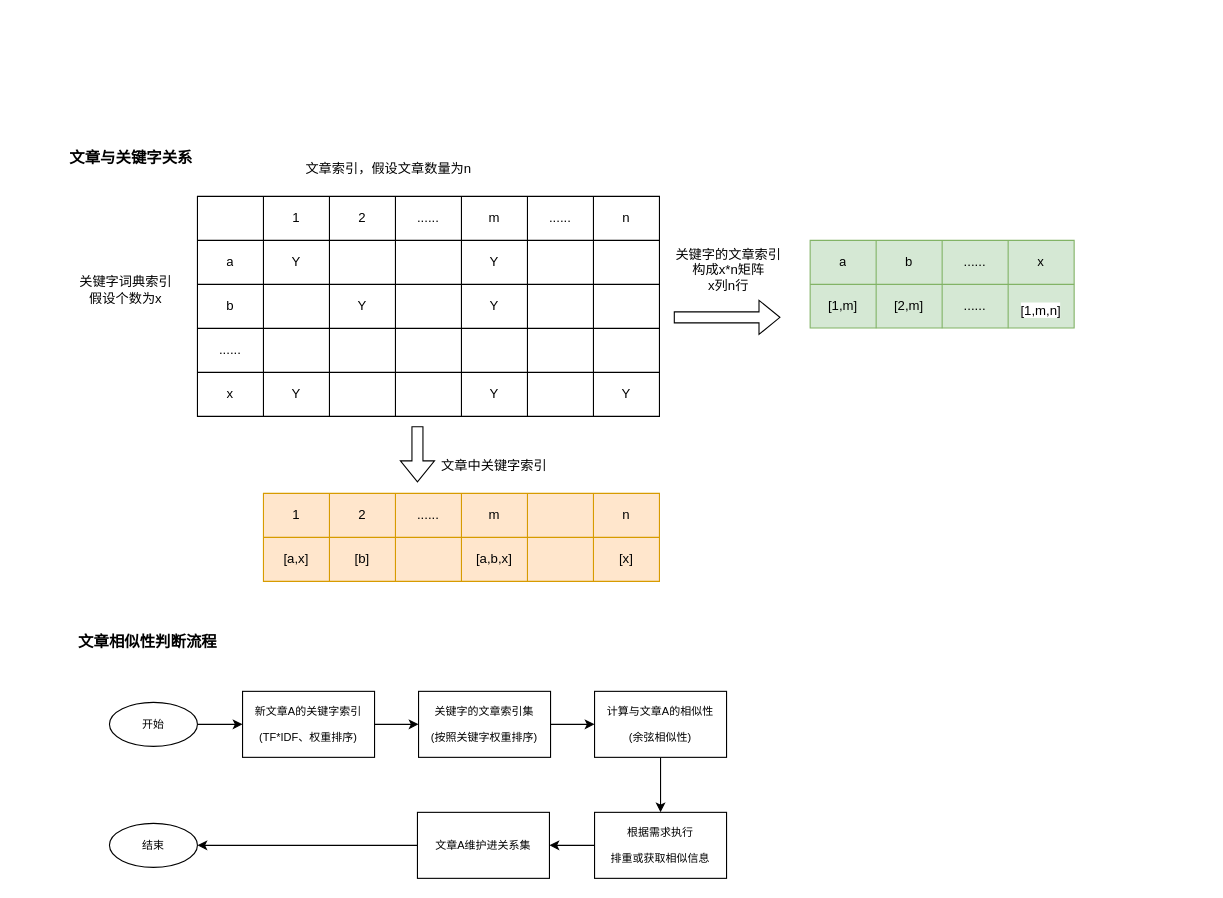
The draw.io diagram Untitled Diagram.drawio in chlInGithub/diagrams, before the edit. Source tidied: cells renumbered, new cells numbered last; positions are measured from the earlier drawing's top-left corner, leaving out a move shared by most shapes. Both pictures are drawn from the tidied source at 110%, with x=0, y=0 at pixel (65, 141).
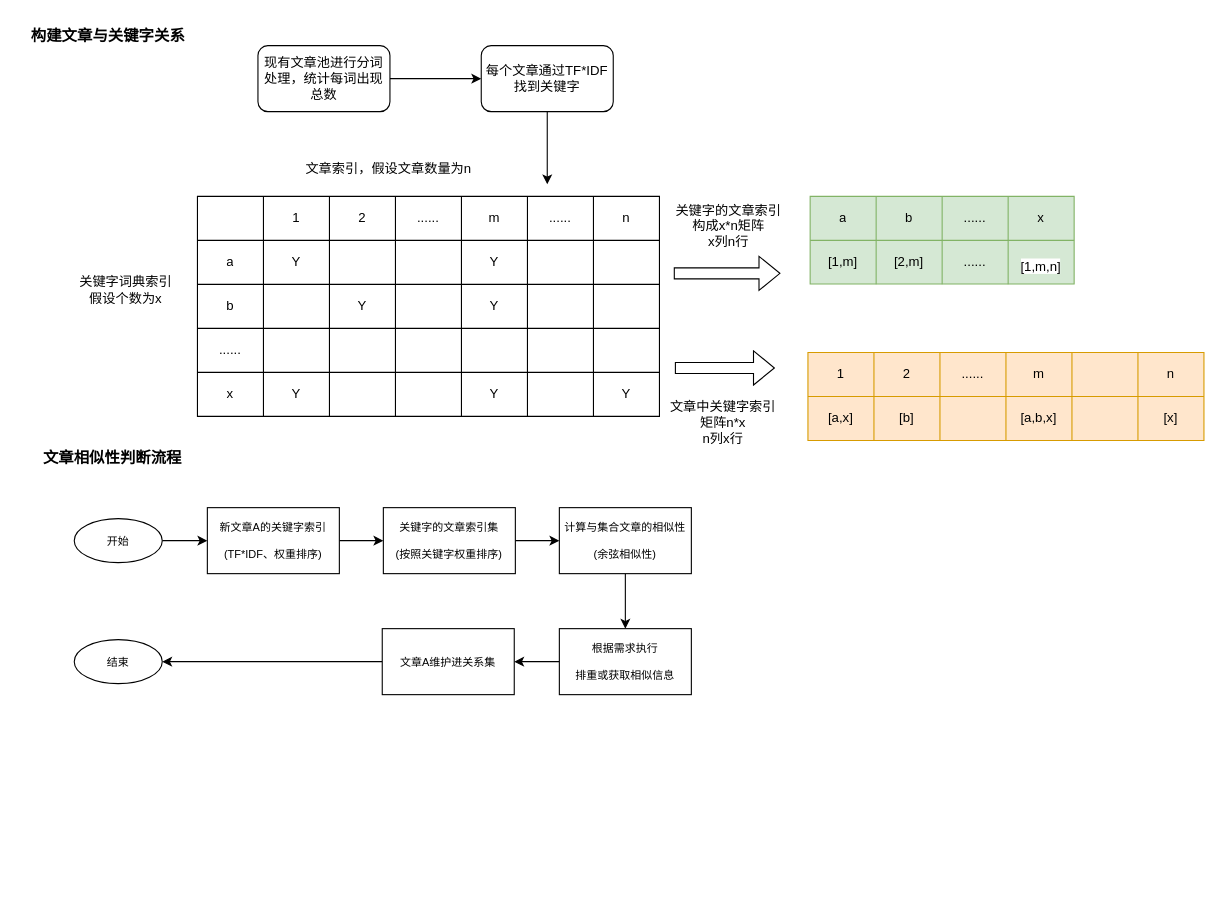
The same diagram, later.

Diff of the diagram source:
```diff
@@
     <mxCell id="45" style="shape=table;startSize=0;childLayout=tableLayout;fillColor=#d5e8d4;strokeColor=#82b366;direction=west;flipV=0;" parent="1" vertex="1">
-      <mxGeometry x="677" y="90" width="240" height="79.7" as="geometry" />
+      <mxGeometry x="677" y="50" width="240" height="79.7" as="geometry" />
     </mxCell>
@@
     <mxCell id="56" style="shape=flexArrow;endArrow=classic;html=1;rounded=0;" parent="1" edge="1">
       <mxGeometry relative="1" as="geometry">
-        <mxPoint x="553" y="160" as="sourcePoint" />
-        <mxPoint x="650" y="160" as="targetPoint" />
+        <mxPoint x="553" y="120" as="sourcePoint" />
+        <mxPoint x="650" y="120" as="targetPoint" />
       </mxGeometry>
     </mxCell>
     <mxCell id="57" value="关键字的文章索引&lt;br&gt;构成x*n矩阵&lt;br&gt;x列n行" style="text;html=1;strokeColor=none;fillColor=none;align=center;verticalAlign=middle;whiteSpace=wrap;rounded=0;" parent="1" vertex="1">
-      <mxGeometry x="553" y="94" width="100" height="46" as="geometry" />
+      <mxGeometry x="553" y="54" width="100" height="46" as="geometry" />
     </mxCell>
     <mxCell id="58" style="shape=table;startSize=0;childLayout=tableLayout;fillColor=#ffe6cc;strokeColor=#d79b00;" parent="1" vertex="1">
-      <mxGeometry x="180" y="320" width="360" height="80" as="geometry" />
+      <mxGeometry x="675" y="192" width="360" height="80" as="geometry" />
     </mxCell>
@@
     <mxCell id="73" style="shape=flexArrow;endArrow=classic;html=1;rounded=0;" parent="1" edge="1">
       <mxGeometry relative="1" as="geometry">
-        <mxPoint x="320" y="259" as="sourcePoint" />
-        <mxPoint x="320" y="310" as="targetPoint" />
+        <mxPoint x="554" y="206" as="sourcePoint" />
+        <mxPoint x="645" y="206" as="targetPoint" />
       </mxGeometry>
     </mxCell>
-    <mxCell id="74" value="文章中关键字索引" style="text;html=1;strokeColor=none;fillColor=none;align=center;verticalAlign=middle;whiteSpace=wrap;rounded=0;" parent="1" vertex="1">
-      <mxGeometry x="340" y="280" width="100" height="30" as="geometry" />
+    <mxCell id="74" value="文章中关键字索引&lt;br&gt;矩阵n*x&lt;br&gt;n列x行" style="text;html=1;strokeColor=none;fillColor=none;align=center;verticalAlign=middle;whiteSpace=wrap;rounded=0;" parent="1" vertex="1">
+      <mxGeometry x="548" y="233" width="100" height="46" as="geometry" />
     </mxCell>
-    <mxCell id="75" value="&lt;b&gt;&lt;font style=&quot;font-size: 14px;&quot;&gt;文章与关键字关系&lt;/font&gt;&lt;/b&gt;" style="text;html=1;strokeColor=none;fillColor=none;align=center;verticalAlign=middle;whiteSpace=wrap;rounded=0;" parent="1" vertex="1">
-      <mxGeometry width="120" height="30" as="geometry" />
+    <mxCell id="75" value="&lt;b&gt;&lt;font style=&quot;font-size: 14px;&quot;&gt;构建文章与关键字关系&lt;/font&gt;&lt;/b&gt;" style="text;html=1;strokeColor=none;fillColor=none;align=center;verticalAlign=middle;whiteSpace=wrap;rounded=0;" parent="1" vertex="1">
+      <mxGeometry x="-42" y="-111" width="162" height="30" as="geometry" />
     </mxCell>
@@
     <mxCell id="77" value="开始" style="ellipse;whiteSpace=wrap;html=1;fontSize=10;" parent="1" vertex="1">
-      <mxGeometry x="40" y="510" width="80" height="40" as="geometry" />
+      <mxGeometry x="8" y="343" width="80" height="40" as="geometry" />
     </mxCell>
@@
     <mxCell id="79" value="新文章A的关键字索引&lt;br&gt;&lt;br style=&quot;font-size: 10px;&quot;&gt;(TF*IDF、权重排序)" style="rounded=0;whiteSpace=wrap;html=1;fontSize=10;" parent="1" vertex="1">
-      <mxGeometry x="161" y="500" width="120" height="60" as="geometry" />
+      <mxGeometry x="129" y="333" width="120" height="60" as="geometry" />
     </mxCell>
@@
     <mxCell id="81" value="关键字的文章索引集&lt;br&gt;&lt;br&gt;(按照关键字权重排序)" style="rounded=0;whiteSpace=wrap;html=1;fontSize=10;" parent="1" vertex="1">
-      <mxGeometry x="321" y="500" width="120" height="60" as="geometry" />
+      <mxGeometry x="289" y="333" width="120" height="60" as="geometry" />
     </mxCell>
@@
-    <mxCell id="83" value="计算与文章A的相似性&lt;br&gt;&lt;br&gt;(余弦相似性)" style="rounded=0;whiteSpace=wrap;html=1;fontSize=10;" parent="1" vertex="1">
-      <mxGeometry x="481" y="500" width="120" height="60" as="geometry" />
+    <mxCell id="83" value="计算与集合文章的相似性&lt;br&gt;&lt;br&gt;(余弦相似性)" style="rounded=0;whiteSpace=wrap;html=1;fontSize=10;" parent="1" vertex="1">
+      <mxGeometry x="449" y="333" width="120" height="60" as="geometry" />
     </mxCell>
@@
     <mxCell id="85" value="根据需求执行&lt;br&gt;&lt;br&gt;排重或获取相似信息" style="rounded=0;whiteSpace=wrap;html=1;fontSize=10;" parent="1" vertex="1">
-      <mxGeometry x="481" y="610" width="120" height="60" as="geometry" />
+      <mxGeometry x="449" y="443" width="120" height="60" as="geometry" />
     </mxCell>
     <mxCell id="86" value="结束" style="ellipse;whiteSpace=wrap;html=1;fontSize=10;" parent="1" vertex="1">
-      <mxGeometry x="40" y="620" width="80" height="40" as="geometry" />
+      <mxGeometry x="8" y="453" width="80" height="40" as="geometry" />
     </mxCell>
@@
     <mxCell id="88" value="文章A维护进关系集" style="whiteSpace=wrap;html=1;fontSize=10;rounded=0;" parent="1" vertex="1">
-      <mxGeometry x="320" y="610" width="120" height="60" as="geometry" />
+      <mxGeometry x="288" y="443" width="120" height="60" as="geometry" />
     </mxCell>
     <mxCell id="89" value="&lt;b&gt;&lt;font style=&quot;font-size: 14px;&quot;&gt;文章相似性判断流程&lt;/font&gt;&lt;/b&gt;" style="text;html=1;strokeColor=none;fillColor=none;align=center;verticalAlign=middle;whiteSpace=wrap;rounded=0;" parent="1" vertex="1">
-      <mxGeometry x="10" y="440" width="130" height="30" as="geometry" />
+      <mxGeometry x="-22" y="273" width="130" height="30" as="geometry" />
     </mxCell>
+    <mxCell id="90" style="edgeStyle=orthogonalEdgeStyle;rounded=0;jettySize=auto;html=1;" parent="1" edge="1" source="91" target="93">
+      <mxGeometry relative="1" as="geometry" />
+    </mxCell>
+    <mxCell id="91" value="现有文章池进行分词处理，统计每词出现总数" style="rounded=1;whiteSpace=wrap;html=1;" parent="1" vertex="1">
+      <mxGeometry x="175" y="-87" width="120" height="60" as="geometry" />
+    </mxCell>
+    <mxCell id="92" style="edgeStyle=orthogonalEdgeStyle;rounded=0;jettySize=auto;html=1;" parent="1" edge="1" source="93">
+      <mxGeometry relative="1" as="geometry">
+        <mxPoint x="438" y="39.1" as="targetPoint" />
+      </mxGeometry>
+    </mxCell>
+    <mxCell id="93" value="每个文章通过TF*IDF找到关键字" style="rounded=1;whiteSpace=wrap;html=1;" parent="1" vertex="1">
+      <mxGeometry x="378" y="-87" width="120" height="60" as="geometry" />
+    </mxCell>
```
